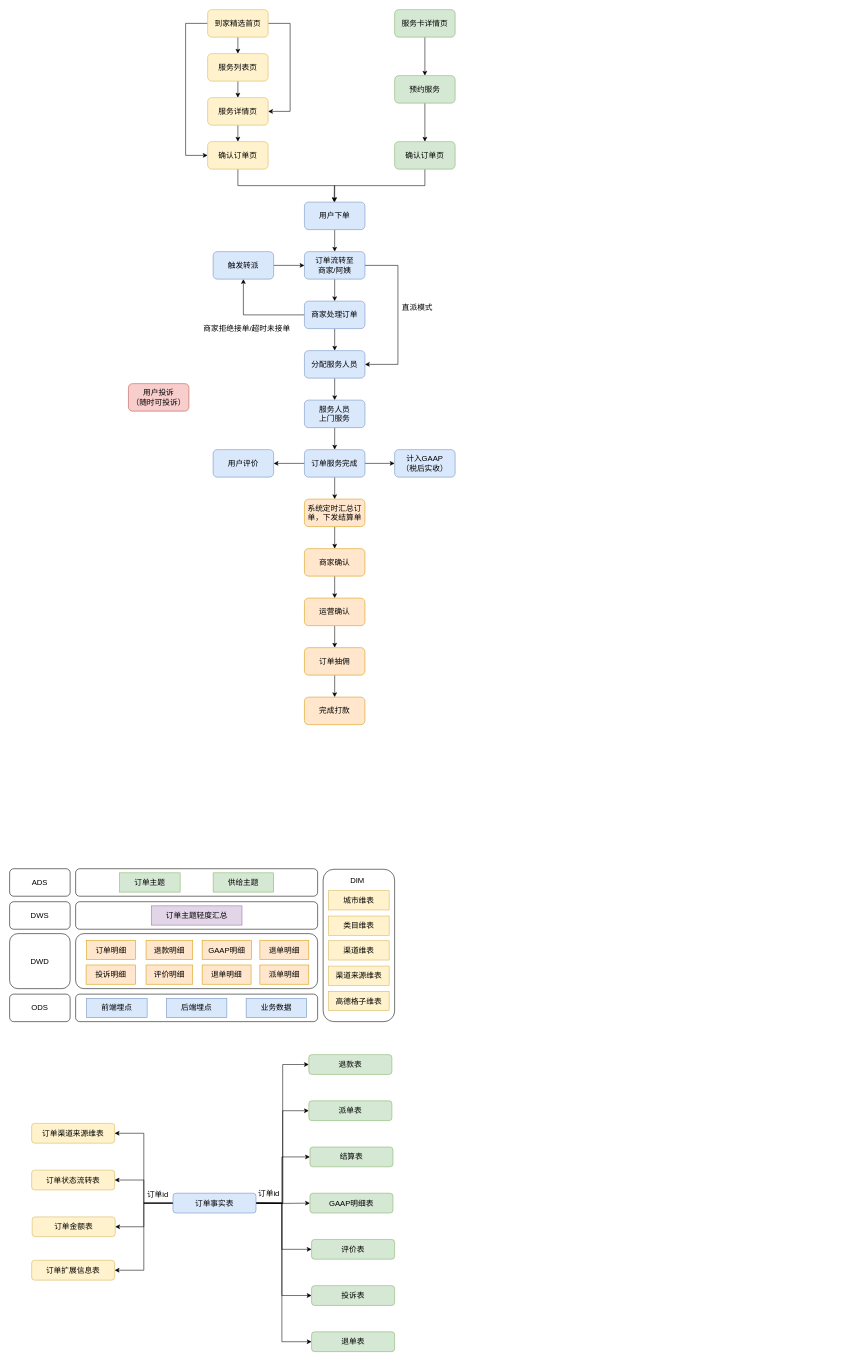
chihiro-qx/hello-world keeps this draw.io diagram as page "家政交易侧业务流程" (3 of 3) of Untitled Diagram.drawio. Above is the earlier version. Source tidied: cells renumbered, new cells numbered last; positions are measured from the earlier drawing's top-left corner, leaving out a move shared by most shapes. Both pictures are drawn from the tidied source at 55%, with x=0, y=0 at pixel (9, 9).
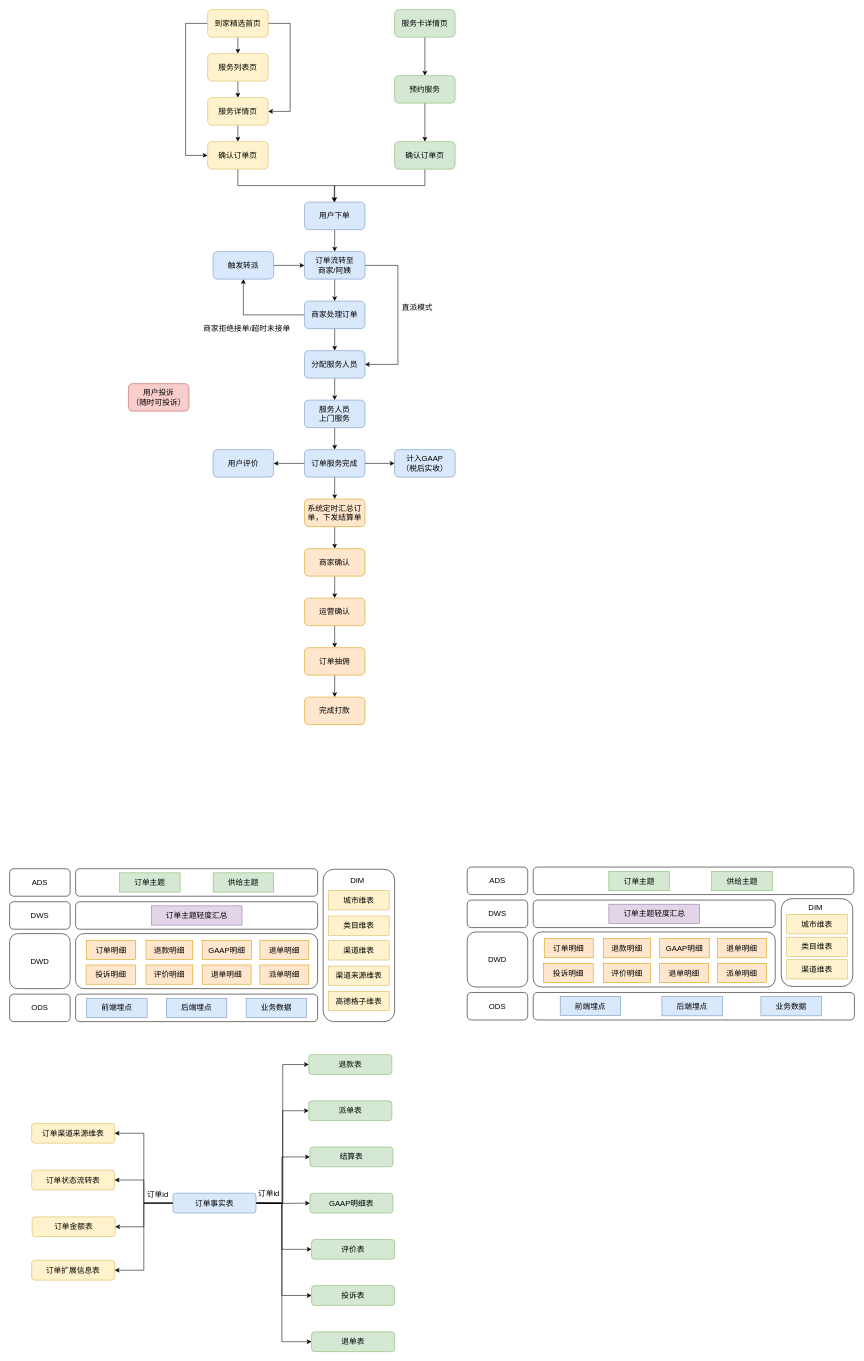
Above is the later version.

Change to the diagram source:
```diff
@@
+    <mxCell id="104" style="rounded=1;fontSize=14;shadow=0;html=1;whiteSpace=wrap;" parent="1" vertex="1">
+      <mxGeometry x="952" y="1559" width="583" height="50" as="geometry" />
+    </mxCell>
+    <mxCell id="105" style="rounded=1;fontSize=14;shadow=0;html=1;whiteSpace=wrap;" parent="1" vertex="1">
+      <mxGeometry x="952" y="1677" width="440" height="100" as="geometry" />
+    </mxCell>
+    <mxCell id="106" value="ODS" style="rounded=1;fontSize=14;shadow=0;html=1;whiteSpace=wrap;" parent="1" vertex="1">
+      <mxGeometry x="832" y="1787" width="110" height="50" as="geometry" />
+    </mxCell>
+    <mxCell id="107" style="rounded=1;fontSize=14;shadow=0;html=1;whiteSpace=wrap;" parent="1" vertex="1">
+      <mxGeometry x="952" y="1787" width="584" height="50" as="geometry" />
+    </mxCell>
+    <mxCell id="108" value="&lt;font style=&quot;font-size: 14px;&quot;&gt;前端埋点&lt;/font&gt;" style="rounded=0;whiteSpace=wrap;html=1;shadow=0;fillColor=#dae8fc;strokeColor=#6c8ebf;" parent="1" vertex="1">
+      <mxGeometry x="1001" y="1794" width="110" height="35" as="geometry" />
+    </mxCell>
+    <mxCell id="109" value="&lt;font style=&quot;font-size: 14px;&quot;&gt;后端埋点&lt;/font&gt;" style="rounded=0;whiteSpace=wrap;html=1;shadow=0;fillColor=#dae8fc;strokeColor=#6c8ebf;" parent="1" vertex="1">
+      <mxGeometry x="1186" y="1794.5" width="110" height="35" as="geometry" />
+    </mxCell>
+    <mxCell id="110" value="&lt;font style=&quot;font-size: 14px;&quot;&gt;业务数据&lt;/font&gt;" style="rounded=0;whiteSpace=wrap;html=1;shadow=0;fillColor=#dae8fc;strokeColor=#6c8ebf;" parent="1" vertex="1">
+      <mxGeometry x="1366" y="1794.5" width="110" height="35" as="geometry" />
+    </mxCell>
+    <mxCell id="111" value="&lt;font style=&quot;font-size: 14px;&quot;&gt;订单明细&lt;/font&gt;" style="rounded=0;whiteSpace=wrap;html=1;shadow=0;fillColor=#ffe6cc;strokeColor=#d79b00;" parent="1" vertex="1">
+      <mxGeometry x="972" y="1689" width="89" height="35" as="geometry" />
+    </mxCell>
+    <mxCell id="112" value="&lt;font style=&quot;font-size: 14px;&quot;&gt;退款明细&lt;/font&gt;" style="rounded=0;whiteSpace=wrap;html=1;shadow=0;fillColor=#ffe6cc;strokeColor=#d79b00;" parent="1" vertex="1">
+      <mxGeometry x="1080" y="1689" width="85" height="35" as="geometry" />
+    </mxCell>
+    <mxCell id="113" value="&lt;font style=&quot;font-size: 14px;&quot;&gt;GAAP明细&lt;/font&gt;" style="rounded=0;whiteSpace=wrap;html=1;shadow=0;fillColor=#ffe6cc;strokeColor=#d79b00;" parent="1" vertex="1">
+      <mxGeometry x="1182" y="1689" width="90" height="35" as="geometry" />
+    </mxCell>
+    <mxCell id="114" value="&lt;font style=&quot;font-size: 14px;&quot;&gt;投诉明细&lt;/font&gt;" style="rounded=0;whiteSpace=wrap;html=1;shadow=0;fillColor=#ffe6cc;strokeColor=#d79b00;" parent="1" vertex="1">
+      <mxGeometry x="971" y="1734" width="90" height="35" as="geometry" />
+    </mxCell>
+    <mxCell id="115" value="&lt;font style=&quot;font-size: 14px;&quot;&gt;评价明细&lt;/font&gt;" style="rounded=0;whiteSpace=wrap;html=1;shadow=0;fillColor=#ffe6cc;strokeColor=#d79b00;" parent="1" vertex="1">
+      <mxGeometry x="1080" y="1734" width="85" height="35" as="geometry" />
+    </mxCell>
+    <mxCell id="116" value="&lt;font style=&quot;font-size: 14px;&quot;&gt;订单主题&lt;/font&gt;" style="rounded=0;whiteSpace=wrap;html=1;shadow=0;fillColor=#d5e8d4;strokeColor=#82b366;" parent="1" vertex="1">
+      <mxGeometry x="1089.5" y="1567" width="110" height="35" as="geometry" />
+    </mxCell>
+    <mxCell id="117" value="&lt;font style=&quot;font-size: 14px;&quot;&gt;供给主题&lt;/font&gt;" style="rounded=0;whiteSpace=wrap;html=1;shadow=0;fillColor=#d5e8d4;strokeColor=#82b366;" parent="1" vertex="1">
+      <mxGeometry x="1276.5" y="1567" width="110" height="35" as="geometry" />
+    </mxCell>
+    <mxCell id="118" value="DWD" style="rounded=1;fontSize=14;shadow=0;html=1;whiteSpace=wrap;" parent="1" vertex="1">
+      <mxGeometry x="832" y="1677" width="110" height="100" as="geometry" />
+    </mxCell>
+    <mxCell id="119" value="ADS" style="rounded=1;fontSize=14;shadow=0;html=1;whiteSpace=wrap;" parent="1" vertex="1">
+      <mxGeometry x="832" y="1559" width="110" height="50" as="geometry" />
+    </mxCell>
+    <mxCell id="120" style="rounded=1;fontSize=14;shadow=0;html=1;whiteSpace=wrap;" parent="1" vertex="1">
+      <mxGeometry x="1403" y="1616.5" width="130" height="159.5" as="geometry" />
+    </mxCell>
+    <mxCell id="121" value="DIM" style="text;html=1;align=center;verticalAlign=middle;strokeColor=none;fillColor=none;fontSize=14;fontColor=default;" parent="1" vertex="1">
+      <mxGeometry x="1445" y="1621.5" width="40" height="20" as="geometry" />
+    </mxCell>
+    <mxCell id="122" value="&lt;font style=&quot;font-size: 14px;&quot;&gt;城市维表&lt;/font&gt;" style="rounded=0;whiteSpace=wrap;html=1;shadow=0;fillColor=#fff2cc;strokeColor=#d6b656;" parent="1" vertex="1">
+      <mxGeometry x="1413" y="1645.5" width="110" height="35" as="geometry" />
+    </mxCell>
+    <mxCell id="123" value="&lt;font style=&quot;font-size: 14px;&quot;&gt;类目维表&lt;/font&gt;" style="rounded=0;whiteSpace=wrap;html=1;shadow=0;fillColor=#fff2cc;strokeColor=#d6b656;" parent="1" vertex="1">
+      <mxGeometry x="1413" y="1686.5" width="110" height="35" as="geometry" />
+    </mxCell>
+    <mxCell id="124" value="&lt;font style=&quot;font-size: 14px;&quot;&gt;渠道维表&lt;/font&gt;" style="rounded=0;whiteSpace=wrap;html=1;shadow=0;fillColor=#fff2cc;strokeColor=#d6b656;" parent="1" vertex="1">
+      <mxGeometry x="1413" y="1727.5" width="110" height="35" as="geometry" />
+    </mxCell>
+    <mxCell id="125" value="&lt;font style=&quot;font-size: 14px;&quot;&gt;退单明细&lt;/font&gt;" style="rounded=0;whiteSpace=wrap;html=1;shadow=0;fillColor=#ffe6cc;strokeColor=#d79b00;" parent="1" vertex="1">
+      <mxGeometry x="1287" y="1689" width="89" height="35" as="geometry" />
+    </mxCell>
+    <mxCell id="126" value="&lt;font style=&quot;font-size: 14px;&quot;&gt;退单明细&lt;/font&gt;" style="rounded=0;whiteSpace=wrap;html=1;shadow=0;fillColor=#ffe6cc;strokeColor=#d79b00;" parent="1" vertex="1">
+      <mxGeometry x="1182" y="1734" width="89" height="35" as="geometry" />
+    </mxCell>
+    <mxCell id="127" value="&lt;font style=&quot;font-size: 14px;&quot;&gt;派单明细&lt;/font&gt;" style="rounded=0;whiteSpace=wrap;html=1;shadow=0;fillColor=#ffe6cc;strokeColor=#d79b00;" parent="1" vertex="1">
+      <mxGeometry x="1287" y="1734" width="89" height="35" as="geometry" />
+    </mxCell>
+    <mxCell id="128" style="rounded=1;fontSize=14;shadow=0;html=1;whiteSpace=wrap;" parent="1" vertex="1">
+      <mxGeometry x="952" y="1619" width="440" height="50" as="geometry" />
+    </mxCell>
+    <mxCell id="129" value="&lt;font style=&quot;font-size: 14px;&quot;&gt;订单主题轻度汇总&lt;/font&gt;" style="rounded=0;whiteSpace=wrap;html=1;shadow=0;fillColor=#e1d5e7;strokeColor=#9673a6;" parent="1" vertex="1">
+      <mxGeometry x="1089.5" y="1626.5" width="165" height="35" as="geometry" />
+    </mxCell>
+    <mxCell id="130" value="DWS" style="rounded=1;fontSize=14;shadow=0;html=1;whiteSpace=wrap;" parent="1" vertex="1">
+      <mxGeometry x="832" y="1619" width="110" height="50" as="geometry" />
+    </mxCell>
+    <mxCell id="131" style="edgeStyle=orthogonalEdgeStyle;rounded=0;orthogonalLoop=1;jettySize=auto;html=1;exitX=0.5;exitY=1;exitDx=0;exitDy=0;" parent="1" edge="1" source="120" target="120">
+      <mxGeometry relative="1" as="geometry" />
+    </mxCell>
```
